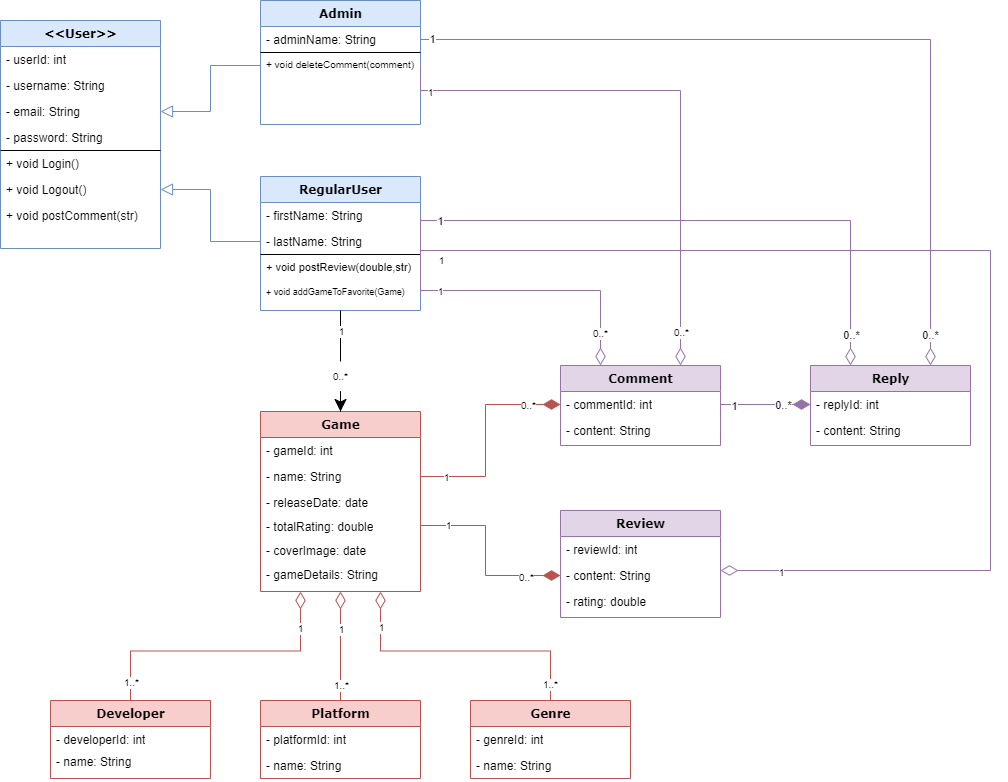
Above: 2.oopfundamentals/GameZone_classdiagram.drawio.png in drincianudaniel/GameZone (draw.io), before the change. Source tidied: cells renumbered, new cells last; positions are measured from the earlier drawing's top-left corner, leaving out a move shared by most shapes.
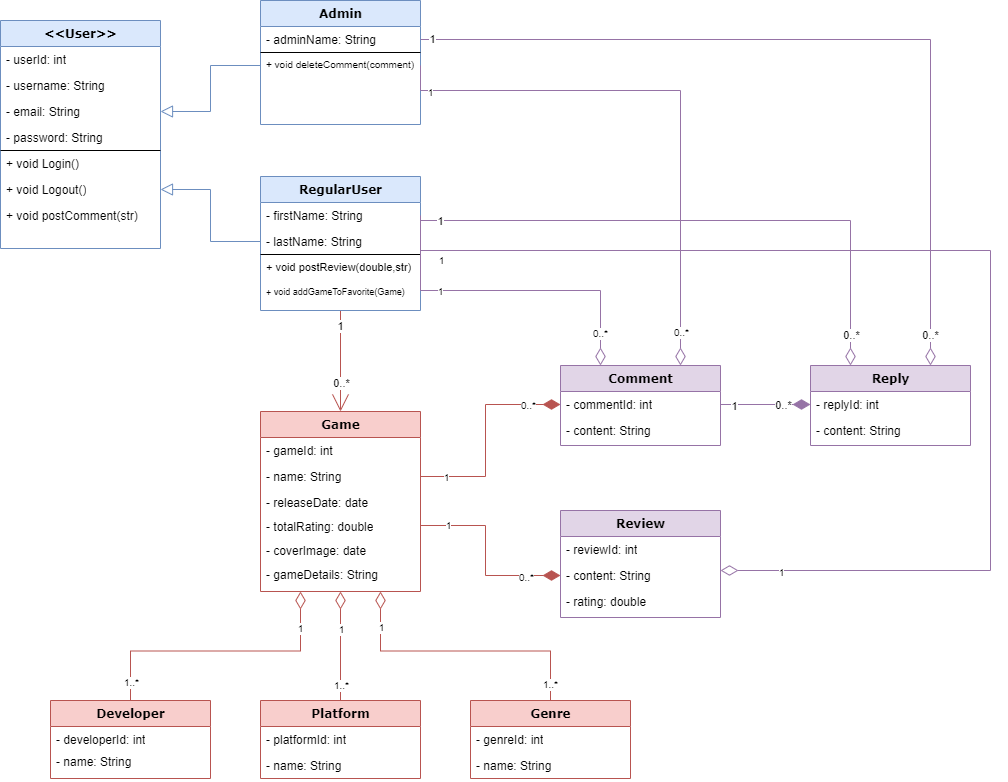
Later version of the same file.

What changed in the source:
```diff
@@ -128,9 +128,15 @@
     <mxCell id="42" value="- content: String" style="text;html=1;strokeColor=none;fillColor=none;align=left;verticalAlign=top;spacingLeft=4;spacingRight=4;whiteSpace=wrap;overflow=hidden;" parent="40" vertex="1">
       <mxGeometry y="52" width="160" height="26" as="geometry" />
     </mxCell>
-    <mxCell id="43" style="edgeStyle=orthogonalEdgeStyle;rounded=0;jettySize=auto;html=1;entryX=0.5;entryY=0;entryDx=0;entryDy=0;fontSize=10;endArrow=classic;endFill=1;endSize=10;startArrow=none;" parent="1" edge="1" source="56" target="11">
-      <mxGeometry relative="1" as="geometry" />
-    </mxCell>
+    <mxCell id="86" style="edgeStyle=orthogonalEdgeStyle;rounded=0;jettySize=auto;html=1;exitX=0.5;exitY=1;exitDx=0;exitDy=0;entryX=0.5;entryY=0;entryDx=0;entryDy=0;endArrow=open;endFill=0;endSize=15;fillColor=#f8cecc;strokeColor=#b85450;" parent="1" edge="1" source="44" target="11">
+      <mxGeometry relative="1" as="geometry" />
+    </mxCell>
+    <mxCell id="58" value="1" style="edgeLabel;html=1;align=center;verticalAlign=middle;" parent="86" vertex="1">
+      <mxGeometry x="-0.71" y="-1" relative="1" as="geometry" />
+    </mxCell>
+    <mxCell id="56" value="0..*" style="edgeLabel;html=1;align=center;verticalAlign=middle;points=[];" parent="86" vertex="1">
+      <mxGeometry x="0.42" relative="1" as="geometry" />
+    </mxCell>
     <mxCell id="44" value="RegularUser" style="swimlane;html=1;fontStyle=1;align=center;verticalAlign=top;horizontal=1;startSize=26;swimlaneFillColor=#ffffff;rounded=0;shadow=0;comic=0;labelBackgroundColor=none;strokeWidth=1;fillColor=#dae8fc;fontFamily=Verdana;fontSize=12;strokeColor=#6c8ebf;" parent="1" vertex="1">
       <mxGeometry x="260" y="176" width="160" height="134" as="geometry" />
     </mxCell>
@@ -173,21 +179,6 @@
     <mxCell id="55" style="edgeStyle=orthogonalEdgeStyle;rounded=0;jettySize=auto;html=1;exitX=0;exitY=0.5;exitDx=0;exitDy=0;entryX=1;entryY=0.5;entryDx=0;entryDy=0;fontSize=10;endArrow=block;endFill=0;endSize=10;fillColor=#dae8fc;strokeColor=#6c8ebf;" parent="1" edge="1" source="46" target="9">
       <mxGeometry relative="1" as="geometry" />
     </mxCell>
-    <mxCell id="56" value="0..*" style="text;html=1;align=center;verticalAlign=middle;points=[];strokeColor=none;fillColor=none;fontSize=10;" parent="1" vertex="1">
-      <mxGeometry x="320" y="361" width="40" height="30" as="geometry" />
-    </mxCell>
-    <mxCell id="57" style="edgeStyle=orthogonalEdgeStyle;rounded=0;jettySize=auto;html=1;entryX=0.5;entryY=0;entryDx=0;entryDy=0;fontSize=10;endArrow=none;endFill=1;endSize=10;" parent="1" edge="1" source="44" target="56">
-      <mxGeometry relative="1" as="geometry">
-        <Array as="points">
-          <mxPoint x="340" y="361" />
-        </Array>
-      </mxGeometry>
-    </mxCell>
-    <mxCell id="58" value="1" style="edgeLabel;html=1;align=center;verticalAlign=middle;fontSize=10;" parent="57" vertex="1">
-      <mxGeometry x="-0.76" y="2" relative="1" as="geometry">
-        <mxPoint x="-2" y="14" as="offset" />
-      </mxGeometry>
-    </mxCell>
     <mxCell id="59" style="edgeStyle=orthogonalEdgeStyle;rounded=0;jettySize=auto;html=1;exitX=1;exitY=0.5;exitDx=0;exitDy=0;entryX=0.25;entryY=0;entryDx=0;entryDy=0;fontSize=10;endArrow=diamondThin;endFill=0;endSize=15;fillColor=#e1d5e7;strokeColor=#9673a6;" parent="1" edge="1" source="46" target="40">
       <mxGeometry relative="1" as="geometry">
         <Array as="points">
```
